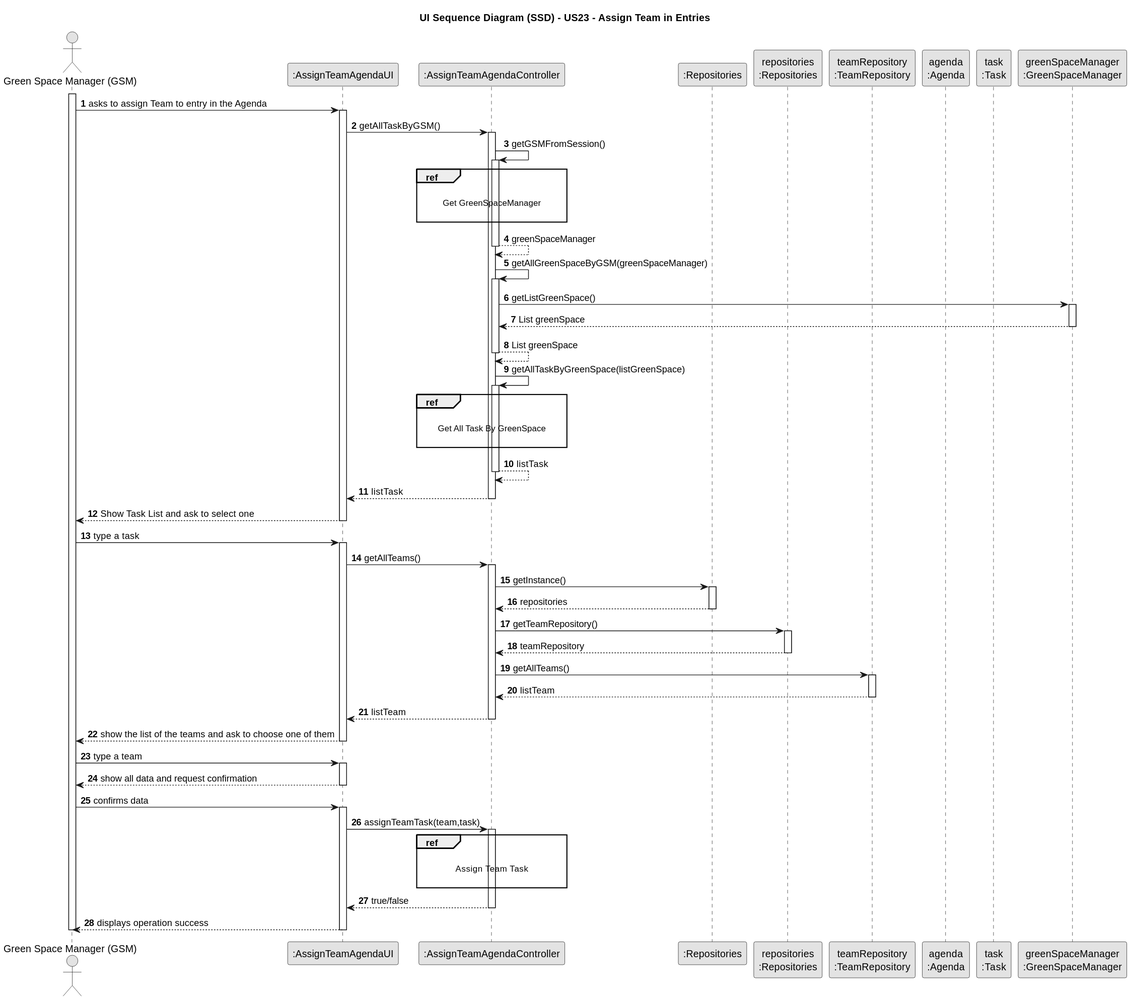
Earlier version of the PlantUML export docs/sprint3/us23/03.design/svg/us23-sequence-diagram.svg (Departamento-de-Engenharia-Informatica/lei-24-s2-1db-g022).
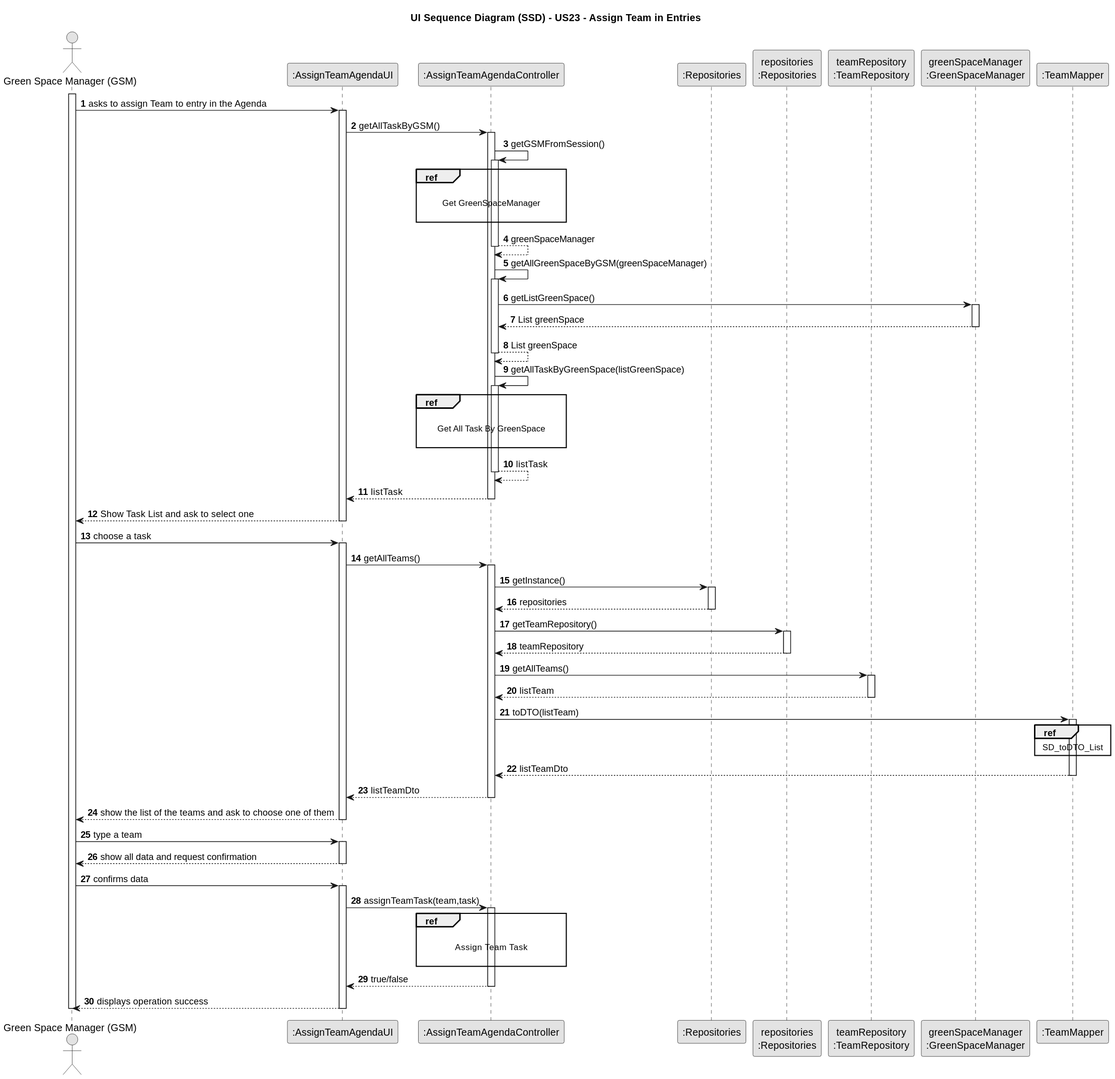
The same diagram one commit later.

What changed in the source:
```diff
@@ -14,9 +14,10 @@
 participant ":Repositories" as RepositorySingleton
 participant "repositories\n:Repositories" as PLAT
 participant "teamRepository\n:TeamRepository" as TR
-participant "agenda\n:Agenda" as AGENDA
-participant "task\n:Task" as TASK
 participant "greenSpaceManager\n:GreenSpaceManager" as GSMO
+participant ":TeamMapper" as TEAMMP
+
+
 
 activate GSM
 
@@ -79,7 +80,7 @@
 UI --> GSM	 : Show Task List and ask to select one
 deactivate UI
 
-GSM	->UI: type a task
+GSM	->UI: choose a task
 
 activate UI
 
@@ -111,7 +112,21 @@
 
 deactivate TR
 
-CTRL --> UI : listTeam
+CTRL -> TEAMMP : toDTO(listTeam)
+
+activate TEAMMP
+
+ref over TEAMMP
+    SD_toDTO_List
+end
+
+TEAMMP --> CTRL : listTeamDto
+
+deactivate TEAMMP
+
+CTRL --> UI : listTeamDto
+
+
 
 deactivate CTRL
 
```
